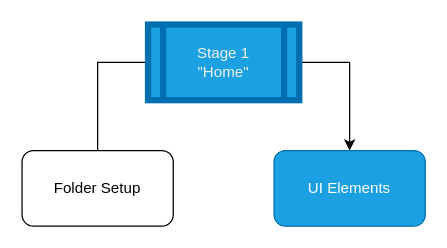
Before: Flowchart.drawio in Katsunsama/PTeambuilder, a draw.io diagram. Source tidied: cells renumbered, new cells numbered last; positions are measured from the earlier drawing's top-left corner, leaving out a move shared by most shapes. Both pictures are drawn from the tidied source at 126%, with x=0, y=0 at pixel (21, 24).
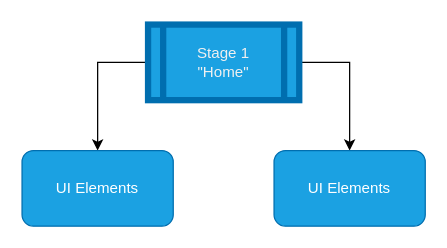
The same page after the edit.

Diff of the diagram source:
```diff
@@
 <mxGraphModel>
   <root>
     <mxCell id="0" />
     <mxCell id="1" parent="0" />
     <mxCell id="2" style="edgeStyle=orthogonalEdgeStyle;rounded=0;jettySize=auto;html=1;exitX=0;exitY=0.5;exitDx=0;exitDy=0;" parent="1" edge="1" source="4">
       <mxGeometry relative="1" as="geometry">
-        <mxPoint x="40" y="110" as="targetPoint" />
+        <mxPoint x="60" y="100" as="targetPoint" />
         <Array as="points">
           <mxPoint x="60" y="30" />
-          <mxPoint x="60" y="110" />
         </Array>
       </mxGeometry>
     </mxCell>
     <mxCell id="3" style="edgeStyle=orthogonalEdgeStyle;rounded=0;jettySize=auto;html=1;exitX=1;exitY=0.5;exitDx=0;exitDy=0;" parent="1" edge="1" source="4" target="6">
       <mxGeometry relative="1" as="geometry" />
     </mxCell>
     <mxCell id="4" value="&lt;span style=&quot;color: rgb(240 , 240 , 240) ; font-family: &amp;#34;helvetica&amp;#34; ; font-size: 12px ; font-style: normal ; font-weight: 400 ; letter-spacing: normal ; text-align: center ; text-indent: 0px ; text-transform: none ; word-spacing: 0px ; display: inline ; float: none&quot;&gt;Stage 1&lt;/span&gt;&lt;br style=&quot;color: rgb(240 , 240 , 240) ; font-family: &amp;#34;helvetica&amp;#34; ; font-size: 12px ; font-style: normal ; font-weight: 400 ; letter-spacing: normal ; text-align: center ; text-indent: 0px ; text-transform: none ; word-spacing: 0px&quot;&gt;&lt;span style=&quot;color: rgb(240 , 240 , 240) ; font-family: &amp;#34;helvetica&amp;#34; ; font-size: 12px ; font-style: normal ; font-weight: 400 ; letter-spacing: normal ; text-align: center ; text-indent: 0px ; text-transform: none ; word-spacing: 0px ; display: inline ; float: none&quot;&gt;&quot;Home&quot;&lt;/span&gt;" style="shape=process;whiteSpace=wrap;html=1;backgroundOutline=1;fillColor=#1ba1e2;fontColor=#ffffff;strokeColor=#006EAF;strokeWidth=5;" parent="1" vertex="1">
       <mxGeometry x="100" width="120" height="60" as="geometry" />
     </mxCell>
-    <mxCell id="5" value="Folder Setup" style="rounded=1;whiteSpace=wrap;html=1;" parent="1" vertex="1">
-      <mxGeometry y="100" width="120" height="60" as="geometry" />
-    </mxCell>
     <mxCell id="6" value="UI Elements&lt;br&gt;" style="rounded=1;whiteSpace=wrap;html=1;fillColor=#1ba1e2;fontColor=#ffffff;strokeColor=#006EAF;" parent="1" vertex="1">
       <mxGeometry x="200" y="100" width="120" height="60" as="geometry" />
     </mxCell>
+    <mxCell id="7" value="UI Elements&lt;br&gt;" style="rounded=1;whiteSpace=wrap;html=1;fillColor=#1ba1e2;fontColor=#ffffff;strokeColor=#006EAF;" parent="1" vertex="1">
+      <mxGeometry y="100" width="120" height="60" as="geometry" />
+    </mxCell>
   </root>
 </mxGraphModel>
```
